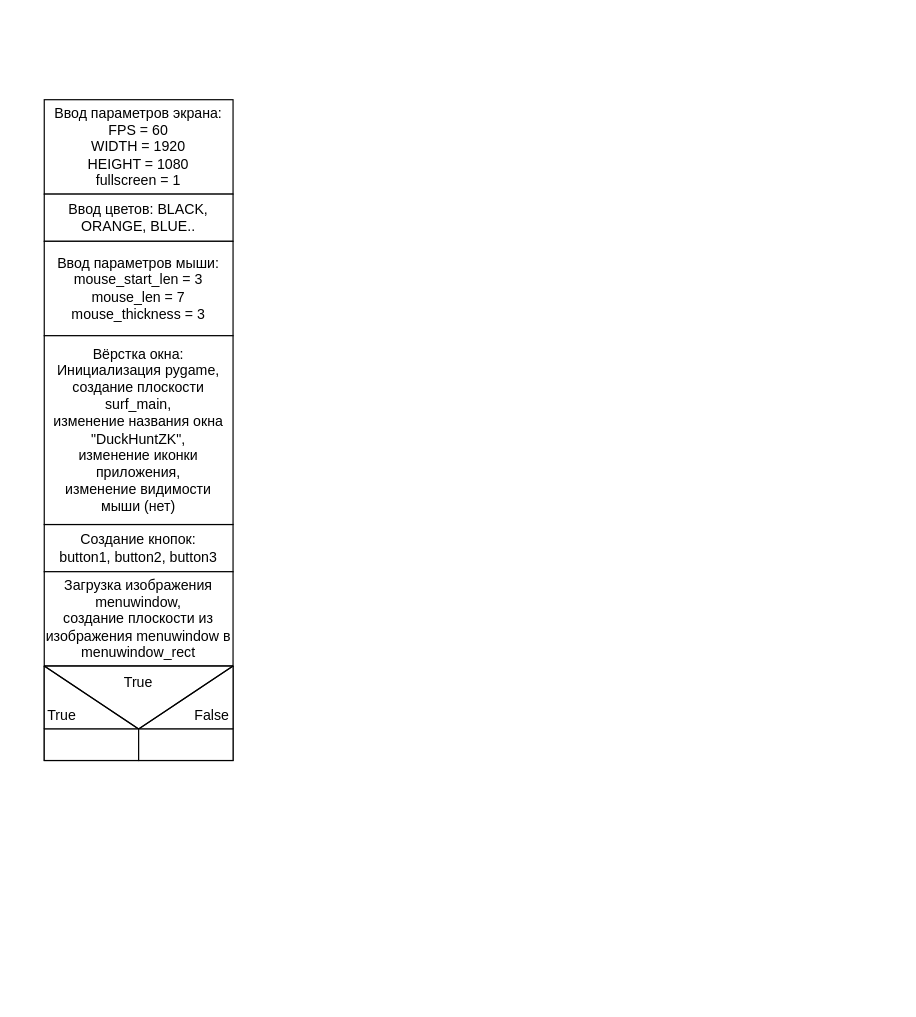
This is duckhunt.drawio from PrettyPlayer/DuckHuntZK, a draw.io file, before an edit. Source tidied: cells renumbered, new cells numbered last; positions are measured from the earlier drawing's top-left corner, leaving out a move shared by most shapes. Both pictures are drawn from the tidied source at 118%, with x=0, y=0 at pixel (20, 76).
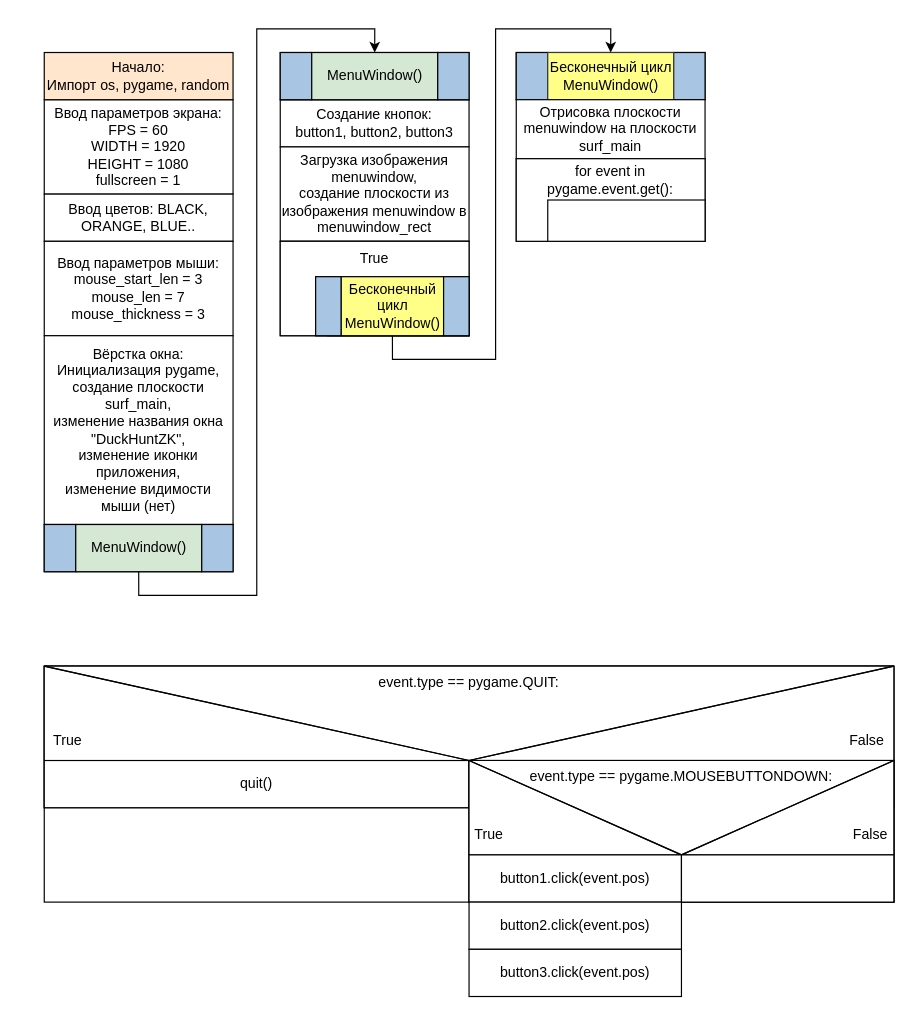
After the change.

Diff of the diagram source:
```diff
@@
     <mxCell id="2" style="group;" parent="1" vertex="1">
-      <mxGeometry width="120" height="40" as="geometry" />
+      <mxGeometry y="-40" width="120" height="40" as="geometry" />
     </mxCell>
@@
+    <mxCell id="8" value="Вёрстка окна:&lt;br&gt;Инициализация pygame,&lt;br&gt;создание плоскости surf_main,&lt;br&gt;изменение названия окна &quot;DuckHuntZK&quot;,&lt;br&gt;изменение иконки приложения,&lt;br&gt;изменение видимости мыши (нет)" style="rounded=0;whiteSpace=wrap;html=1;" parent="1" vertex="1">
+      <mxGeometry x="20" y="220" width="160" height="160" as="geometry" />
+    </mxCell>
+    <mxCell id="32" value="Начало:&lt;br&gt;Импорт os, pygame, random" style="rounded=0;whiteSpace=wrap;html=1;fillColor=#ffe6cc;strokeColor=#000000;" parent="1" vertex="1">
+      <mxGeometry x="20" y="-20" width="160" height="40" as="geometry" />
+    </mxCell>
+    <mxCell id="33" style="group;strokeColor=#000000;fillColor=#FFFFFF;" parent="1" vertex="1">
+      <mxGeometry x="20" y="380" width="160" height="40" as="geometry" />
+    </mxCell>
+    <mxCell id="34" style="group;" parent="33" vertex="1">
+      <mxGeometry width="160" height="40" as="geometry" />
+    </mxCell>
+    <mxCell id="35" style="group;" parent="34" vertex="1">
+      <mxGeometry width="160" height="40" as="geometry" />
+    </mxCell>
+    <mxCell id="36" style="rounded=0;whiteSpace=wrap;html=1;fillColor=#A8C6E3;strokeColor=#000000;fontColor=#ffffff;" parent="35" vertex="1">
+      <mxGeometry x="133.3" width="26.7" height="40" as="geometry" />
+    </mxCell>
+    <mxCell id="37" style="rounded=0;whiteSpace=wrap;html=1;fillColor=#A8C6E3;strokeColor=#000000;fontColor=#ffffff;" parent="35" vertex="1">
+      <mxGeometry width="26.7" height="40" as="geometry" />
+    </mxCell>
+    <mxCell id="38" value="MenuWindow()" style="rounded=0;whiteSpace=wrap;html=1;fillColor=#d5e8d4;strokeColor=#000000;" parent="35" vertex="1">
+      <mxGeometry x="26.7" width="106.7" height="40" as="geometry" />
+    </mxCell>
+    <mxCell id="39" style="edgeStyle=orthogonalEdgeStyle;rounded=0;jettySize=auto;html=1;exitX=0.5;exitY=1;exitDx=0;exitDy=0;entryX=0.5;entryY=0;entryDx=0;entryDy=0;" parent="1" edge="1" source="38" target="45">
+      <mxGeometry relative="1" as="geometry" />
+    </mxCell>
     <mxCell id="6" value="Создание кнопок:&lt;br&gt;button1, button2, button3" style="rounded=0;whiteSpace=wrap;html=1;" parent="1" vertex="1">
-      <mxGeometry x="20" y="380" width="160" height="40" as="geometry" />
+      <mxGeometry x="220" y="20" width="160" height="40" as="geometry" />
     </mxCell>
     <mxCell id="7" value="Загрузка изображения menuwindow,&lt;br&gt;создание плоскости из изображения menuwindow в menuwindow_rect" style="rounded=0;whiteSpace=wrap;html=1;" parent="1" vertex="1">
-      <mxGeometry x="20" y="420" width="160" height="80" as="geometry" />
+      <mxGeometry x="220" y="60" width="160" height="80" as="geometry" />
     </mxCell>
-    <mxCell id="8" value="Вёрстка окна:&lt;br&gt;Инициализация pygame,&lt;br&gt;создание плоскости surf_main,&lt;br&gt;изменение названия окна &quot;DuckHuntZK&quot;,&lt;br&gt;изменение иконки приложения,&lt;br&gt;изменение видимости мыши (нет)" style="rounded=0;whiteSpace=wrap;html=1;" parent="1" vertex="1">
-      <mxGeometry x="20" y="220" width="160" height="160" as="geometry" />
-    </mxCell>
-    <mxCell id="9" style="group;" parent="1" vertex="1">
-      <mxGeometry x="20" y="500" width="160" height="80" as="geometry" />
-    </mxCell>
-    <mxCell id="10" style="group;fillColor=none;" parent="9" vertex="1">
-      <mxGeometry width="160" height="80" as="geometry" />
-    </mxCell>
-    <mxCell id="11" style="rounded=0;whiteSpace=wrap;html=1;fillColor=none;" parent="10" vertex="1">
-      <mxGeometry width="160" height="80" as="geometry" />
-    </mxCell>
-    <mxCell id="12" style="group;fillColor=none;" parent="10" vertex="1">
-      <mxGeometry width="160" height="80" as="geometry" />
-    </mxCell>
-    <mxCell id="13" style="group;" parent="12" vertex="1">
-      <mxGeometry width="160" height="80" as="geometry" />
-    </mxCell>
-    <mxCell id="14" style="group;" parent="13" vertex="1">
-      <mxGeometry width="160" height="53.3" as="geometry" />
-    </mxCell>
-    <mxCell id="15" value="True" style="group;fillColor=#ffffff;" parent="14" vertex="1">
-      <mxGeometry width="160" height="53.3" as="geometry" />
-    </mxCell>
-    <mxCell id="16" style="edgeStyle=orthogonalEdgeStyle;rounded=0;orthogonalLoop=1;jettySize=auto;html=1;exitX=0.5;exitY=1;exitDx=0;exitDy=0;" parent="15" edge="1">
-      <mxGeometry relative="1" as="geometry">
-        <mxPoint x="80" y="53.3" as="sourcePoint" />
-        <mxPoint x="80" y="53.3" as="targetPoint" />
-      </mxGeometry>
-    </mxCell>
-    <mxCell id="17" style="endArrow=none;html=1;" parent="15" edge="1">
-      <mxGeometry relative="1" as="geometry">
-        <mxPoint as="sourcePoint" />
-        <mxPoint x="80" y="53.3" as="targetPoint" />
-      </mxGeometry>
-    </mxCell>
-    <mxCell id="18" style="endArrow=none;html=1;" parent="15" edge="1">
-      <mxGeometry relative="1" as="geometry">
-        <mxPoint x="80" y="53.3" as="sourcePoint" />
-        <mxPoint x="160" as="targetPoint" />
-      </mxGeometry>
-    </mxCell>
-    <mxCell id="19" style="endArrow=none;html=1;" parent="15" edge="1">
-      <mxGeometry relative="1" as="geometry">
-        <mxPoint as="sourcePoint" />
-        <mxPoint x="160" as="targetPoint" />
-      </mxGeometry>
-    </mxCell>
-    <mxCell id="20" style="group;" parent="15" vertex="1">
-      <mxGeometry x="80" width="80" height="53.3" as="geometry" />
-    </mxCell>
-    <mxCell id="21" style="endArrow=none;html=1;" parent="20" edge="1">
-      <mxGeometry relative="1" as="geometry">
-        <mxPoint y="53.3" as="sourcePoint" />
-        <mxPoint x="80" as="targetPoint" />
-      </mxGeometry>
-    </mxCell>
-    <mxCell id="22" style="endArrow=none;html=1;" parent="20" edge="1">
-      <mxGeometry relative="1" as="geometry">
-        <mxPoint x="80" y="53.3" as="sourcePoint" />
-        <mxPoint x="80" as="targetPoint" />
-      </mxGeometry>
-    </mxCell>
-    <mxCell id="23" style="endArrow=none;html=1;" parent="20" edge="1">
-      <mxGeometry relative="1" as="geometry">
-        <mxPoint y="53.3" as="sourcePoint" />
-        <mxPoint x="80" y="53.3" as="targetPoint" />
-      </mxGeometry>
-    </mxCell>
-    <mxCell id="24" style="group;" parent="15" vertex="1">
-      <mxGeometry width="80" height="53.3" as="geometry" />
-    </mxCell>
-    <mxCell id="25" style="endArrow=none;html=1;" parent="24" edge="1">
-      <mxGeometry relative="1" as="geometry">
-        <mxPoint y="53.3" as="sourcePoint" />
-        <mxPoint as="targetPoint" />
-      </mxGeometry>
-    </mxCell>
-    <mxCell id="26" style="endArrow=none;html=1;" parent="24" edge="1">
-      <mxGeometry relative="1" as="geometry">
-        <mxPoint as="sourcePoint" />
-        <mxPoint x="80" y="53.3" as="targetPoint" />
-      </mxGeometry>
-    </mxCell>
-    <mxCell id="27" style="endArrow=none;html=1;" parent="24" edge="1">
-      <mxGeometry relative="1" as="geometry">
-        <mxPoint y="53.3" as="sourcePoint" />
-        <mxPoint x="80" y="53.3" as="targetPoint" />
-      </mxGeometry>
-    </mxCell>
-    <mxCell id="28" value="True" style="rounded=0;whiteSpace=wrap;html=1;fillColor=#ffffff;strokeColor=none;align=left;" parent="15" vertex="1">
-      <mxGeometry x="1.3" y="37.3" width="52" height="9.3" as="geometry" />
-    </mxCell>
-    <mxCell id="29" value="False" style="rounded=0;whiteSpace=wrap;html=1;fillColor=#ffffff;strokeColor=none;align=right;" parent="15" vertex="1">
-      <mxGeometry x="106.7" y="37.3" width="52" height="9.3" as="geometry" />
-    </mxCell>
-    <mxCell id="30" style="rounded=0;whiteSpace=wrap;html=1;fillColor=#ffffff;" parent="13" vertex="1">
-      <mxGeometry y="53.3" width="80" height="26.7" as="geometry" />
-    </mxCell>
-    <mxCell id="31" style="rounded=0;whiteSpace=wrap;html=1;fillColor=#ffffff;" parent="13" vertex="1">
-      <mxGeometry x="80" y="53.3" width="80" height="26.7" as="geometry" />
-    </mxCell>
+    <mxCell id="40" style="group;strokeColor=#000000;fillColor=#FFFFFF;" parent="1" vertex="1">
+      <mxGeometry x="220" y="-20" width="160" height="40" as="geometry" />
+    </mxCell>
+    <mxCell id="41" style="group;" parent="40" vertex="1">
+      <mxGeometry width="160" height="40" as="geometry" />
+    </mxCell>
+    <mxCell id="42" style="group;" parent="41" vertex="1">
+      <mxGeometry width="160" height="40" as="geometry" />
+    </mxCell>
+    <mxCell id="43" style="rounded=0;whiteSpace=wrap;html=1;fillColor=#A8C6E3;strokeColor=#000000;fontColor=#ffffff;" parent="42" vertex="1">
+      <mxGeometry x="133.3" width="26.7" height="40" as="geometry" />
+    </mxCell>
+    <mxCell id="44" style="rounded=0;whiteSpace=wrap;html=1;fillColor=#A8C6E3;strokeColor=#000000;fontColor=#ffffff;" parent="42" vertex="1">
+      <mxGeometry width="26.7" height="40" as="geometry" />
+    </mxCell>
+    <mxCell id="45" value="MenuWindow()" style="rounded=0;whiteSpace=wrap;html=1;fillColor=#d5e8d4;strokeColor=#000000;" parent="42" vertex="1">
+      <mxGeometry x="26.7" width="106.7" height="40" as="geometry" />
+    </mxCell>
+    <mxCell id="46" style="group;strokeColor=#000000;fillColor=#FFFFFF;" parent="1" vertex="1">
+      <mxGeometry x="220" y="140" width="160" height="80" as="geometry" />
+    </mxCell>
+    <mxCell id="47" style="rounded=0;whiteSpace=wrap;html=1;" parent="46" vertex="1">
+      <mxGeometry width="160" height="80" as="geometry" />
+    </mxCell>
+    <mxCell id="48" value="True" style="rounded=0;whiteSpace=wrap;html=1;fillColor=none;strokeColor=none;" parent="46" vertex="1">
+      <mxGeometry width="160" height="30" as="geometry" />
+    </mxCell>
+    <mxCell id="49" style="rounded=0;whiteSpace=wrap;html=1;" parent="46" vertex="1">
+      <mxGeometry x="40" y="40" width="120" height="40" as="geometry" />
+    </mxCell>
+    <mxCell id="50" style="group;strokeColor=#000000;fillColor=#FFFFFF;" parent="46" vertex="1">
+      <mxGeometry x="30" y="30" width="130" height="50" as="geometry" />
+    </mxCell>
+    <mxCell id="51" style="group;" parent="50" vertex="1">
+      <mxGeometry width="130" height="50" as="geometry" />
+    </mxCell>
+    <mxCell id="52" style="group;" parent="51" vertex="1">
+      <mxGeometry width="130" height="50" as="geometry" />
+    </mxCell>
+    <mxCell id="53" style="rounded=0;whiteSpace=wrap;html=1;fillColor=#A8C6E3;strokeColor=#000000;fontColor=#ffffff;" parent="52" vertex="1">
+      <mxGeometry x="108.3" width="21.7" height="50" as="geometry" />
+    </mxCell>
+    <mxCell id="54" style="rounded=0;whiteSpace=wrap;html=1;fillColor=#A8C6E3;strokeColor=#000000;fontColor=#ffffff;" parent="52" vertex="1">
+      <mxGeometry width="21.7" height="50" as="geometry" />
+    </mxCell>
+    <mxCell id="55" value="Бесконечный цикл MenuWindow()" style="rounded=0;whiteSpace=wrap;html=1;fillColor=#ffff88;strokeColor=#000000;" parent="52" vertex="1">
+      <mxGeometry x="21.7" width="86.7" height="50" as="geometry" />
+    </mxCell>
+    <mxCell id="56" style="group;strokeColor=#000000;fillColor=#FFFFFF;" parent="1" vertex="1">
+      <mxGeometry x="420" y="-20" width="160" height="40" as="geometry" />
+    </mxCell>
+    <mxCell id="57" style="group;" parent="56" vertex="1">
+      <mxGeometry width="160" height="40" as="geometry" />
+    </mxCell>
+    <mxCell id="58" style="group;" parent="57" vertex="1">
+      <mxGeometry width="160" height="40" as="geometry" />
+    </mxCell>
+    <mxCell id="59" style="rounded=0;whiteSpace=wrap;html=1;fillColor=#A8C6E3;strokeColor=#000000;fontColor=#ffffff;" parent="58" vertex="1">
+      <mxGeometry x="133.3" width="26.7" height="40" as="geometry" />
+    </mxCell>
+    <mxCell id="60" style="rounded=0;whiteSpace=wrap;html=1;fillColor=#A8C6E3;strokeColor=#000000;fontColor=#ffffff;" parent="58" vertex="1">
+      <mxGeometry width="26.7" height="40" as="geometry" />
+    </mxCell>
+    <mxCell id="61" value="&lt;span style=&quot;white-space: normal&quot;&gt;Бесконечный цикл MenuWindow()&lt;/span&gt;" style="rounded=0;whiteSpace=wrap;html=1;fillColor=#ffff88;strokeColor=#36393d;" parent="58" vertex="1">
+      <mxGeometry x="26.7" width="106.7" height="40" as="geometry" />
+    </mxCell>
+    <mxCell id="62" style="edgeStyle=orthogonalEdgeStyle;rounded=0;jettySize=auto;html=1;entryX=0.5;entryY=0;entryDx=0;entryDy=0;exitX=0.5;exitY=1;exitDx=0;exitDy=0;" parent="1" edge="1" source="55" target="61">
+      <mxGeometry relative="1" as="geometry" />
+    </mxCell>
+    <mxCell id="63" value="Отрисовка плоскости menuwindow на плоскости surf_main" style="rounded=0;whiteSpace=wrap;html=1;strokeColor=#000000;fillColor=#FFFFFF;" parent="1" vertex="1">
+      <mxGeometry x="420" y="20" width="160" height="50" as="geometry" />
+    </mxCell>
+    <mxCell id="64" style="group;strokeColor=#000000;fillColor=#FFFFFF;" parent="1" vertex="1">
+      <mxGeometry x="420" y="70" width="160" height="70" as="geometry" />
+    </mxCell>
+    <mxCell id="65" style="rounded=0;whiteSpace=wrap;html=1;" parent="64" vertex="1">
+      <mxGeometry width="160" height="70" as="geometry" />
+    </mxCell>
+    <mxCell id="66" value="for event in pygame.event.get():" style="rounded=0;whiteSpace=wrap;html=1;fillColor=none;strokeColor=none;" parent="64" vertex="1">
+      <mxGeometry width="160" height="35" as="geometry" />
+    </mxCell>
+    <mxCell id="67" style="rounded=0;whiteSpace=wrap;html=1;" parent="64" vertex="1">
+      <mxGeometry x="26.7" y="35" width="133.3" height="35" as="geometry" />
+    </mxCell>
+    <mxCell id="68" style="group;" parent="1" vertex="1">
+      <mxGeometry x="20" y="500" width="720" height="200" as="geometry" />
+    </mxCell>
+    <mxCell id="69" style="group;" parent="68" vertex="1">
+      <mxGeometry width="720" height="200" as="geometry" />
+    </mxCell>
+    <mxCell id="70" style="group;strokeColor=#000000;fillColor=#FFFFFF;" parent="69" vertex="1">
+      <mxGeometry width="720" height="200" as="geometry" />
+    </mxCell>
+    <mxCell id="71" style="group;fillColor=none;" parent="70" vertex="1">
+      <mxGeometry width="720" height="200" as="geometry" />
+    </mxCell>
+    <mxCell id="72" style="rounded=0;whiteSpace=wrap;html=1;fillColor=none;" parent="71" vertex="1">
+      <mxGeometry width="720" height="120" as="geometry" />
+    </mxCell>
+    <mxCell id="73" style="group;fillColor=none;" parent="71" vertex="1">
+      <mxGeometry width="720" height="120" as="geometry" />
+    </mxCell>
+    <mxCell id="74" style="group;" parent="73" vertex="1">
+      <mxGeometry width="720" height="120" as="geometry" />
+    </mxCell>
+    <mxCell id="75" style="group;" parent="74" vertex="1">
+      <mxGeometry width="720" height="80" as="geometry" />
+    </mxCell>
+    <mxCell id="76" value="event.type == pygame.QUIT:" style="group;fillColor=#ffffff;" parent="75" vertex="1">
+      <mxGeometry width="720" height="80" as="geometry" />
+    </mxCell>
+    <mxCell id="77" style="edgeStyle=orthogonalEdgeStyle;rounded=0;orthogonalLoop=1;jettySize=auto;html=1;exitX=0.5;exitY=1;exitDx=0;exitDy=0;" parent="76" edge="1">
+      <mxGeometry relative="1" as="geometry">
+        <mxPoint x="360" y="80" as="sourcePoint" />
+        <mxPoint x="360" y="80" as="targetPoint" />
+      </mxGeometry>
+    </mxCell>
+    <mxCell id="78" style="endArrow=none;html=1;" parent="76" edge="1">
+      <mxGeometry relative="1" as="geometry">
+        <mxPoint as="sourcePoint" />
+        <mxPoint x="360" y="80" as="targetPoint" />
+      </mxGeometry>
+    </mxCell>
+    <mxCell id="79" style="endArrow=none;html=1;" parent="76" edge="1">
+      <mxGeometry relative="1" as="geometry">
+        <mxPoint x="360" y="80" as="sourcePoint" />
+        <mxPoint x="720" as="targetPoint" />
+      </mxGeometry>
+    </mxCell>
+    <mxCell id="80" style="endArrow=none;html=1;" parent="76" edge="1">
+      <mxGeometry relative="1" as="geometry">
+        <mxPoint as="sourcePoint" />
+        <mxPoint x="720" as="targetPoint" />
+      </mxGeometry>
+    </mxCell>
+    <mxCell id="81" style="group;" parent="76" vertex="1">
+      <mxGeometry x="360" width="360" height="80" as="geometry" />
+    </mxCell>
+    <mxCell id="82" style="endArrow=none;html=1;" parent="81" edge="1">
+      <mxGeometry relative="1" as="geometry">
+        <mxPoint y="80" as="sourcePoint" />
+        <mxPoint x="360" as="targetPoint" />
+      </mxGeometry>
+    </mxCell>
+    <mxCell id="83" style="endArrow=none;html=1;" parent="81" edge="1">
+      <mxGeometry relative="1" as="geometry">
+        <mxPoint x="360" y="80" as="sourcePoint" />
+        <mxPoint x="360" as="targetPoint" />
+      </mxGeometry>
+    </mxCell>
+    <mxCell id="84" style="endArrow=none;html=1;" parent="81" edge="1">
+      <mxGeometry relative="1" as="geometry">
+        <mxPoint y="80" as="sourcePoint" />
+        <mxPoint x="360" y="80" as="targetPoint" />
+      </mxGeometry>
+    </mxCell>
+    <mxCell id="85" style="group;" parent="76" vertex="1">
+      <mxGeometry width="360" height="80" as="geometry" />
+    </mxCell>
+    <mxCell id="86" style="endArrow=none;html=1;" parent="85" edge="1">
+      <mxGeometry relative="1" as="geometry">
+        <mxPoint y="80" as="sourcePoint" />
+        <mxPoint as="targetPoint" />
+      </mxGeometry>
+    </mxCell>
+    <mxCell id="87" style="endArrow=none;html=1;" parent="85" edge="1">
+      <mxGeometry relative="1" as="geometry">
+        <mxPoint as="sourcePoint" />
+        <mxPoint x="360" y="80" as="targetPoint" />
+      </mxGeometry>
+    </mxCell>
+    <mxCell id="88" style="endArrow=none;html=1;" parent="85" edge="1">
+      <mxGeometry relative="1" as="geometry">
+        <mxPoint y="80" as="sourcePoint" />
+        <mxPoint x="360" y="80" as="targetPoint" />
+      </mxGeometry>
+    </mxCell>
+    <mxCell id="89" value="True" style="rounded=0;whiteSpace=wrap;html=1;fillColor=#ffffff;strokeColor=none;align=left;" parent="76" vertex="1">
+      <mxGeometry x="6" y="56" width="234" height="14" as="geometry" />
+    </mxCell>
+    <mxCell id="90" value="False" style="rounded=0;whiteSpace=wrap;html=1;fillColor=#ffffff;strokeColor=none;align=right;" parent="76" vertex="1">
+      <mxGeometry x="480" y="56" width="234" height="14" as="geometry" />
+    </mxCell>
+    <mxCell id="91" value="quit()" style="rounded=0;whiteSpace=wrap;html=1;fillColor=#ffffff;" parent="74" vertex="1">
+      <mxGeometry y="80" width="360" height="40" as="geometry" />
+    </mxCell>
+    <mxCell id="92" style="group;strokeColor=#000000;fillColor=#FFFFFF;" parent="71" vertex="1">
+      <mxGeometry x="360" y="80" width="360" height="120" as="geometry" />
+    </mxCell>
+    <mxCell id="93" style="group;fillColor=none;" parent="92" vertex="1">
+      <mxGeometry width="360" height="120" as="geometry" />
+    </mxCell>
+    <mxCell id="94" style="rounded=0;whiteSpace=wrap;html=1;fillColor=none;" parent="93" vertex="1">
+      <mxGeometry width="360" height="120" as="geometry" />
+    </mxCell>
+    <mxCell id="95" style="group;fillColor=none;" parent="93" vertex="1">
+      <mxGeometry width="360" height="120" as="geometry" />
+    </mxCell>
+    <mxCell id="96" style="group;" parent="95" vertex="1">
+      <mxGeometry width="360" height="120" as="geometry" />
+    </mxCell>
+    <mxCell id="97" style="group;" parent="96" vertex="1">
+      <mxGeometry width="360" height="80" as="geometry" />
+    </mxCell>
+    <mxCell id="98" value="event.type == pygame.MOUSEBUTTONDOWN:" style="group;fillColor=#ffffff;" parent="97" vertex="1">
+      <mxGeometry width="360" height="80" as="geometry" />
+    </mxCell>
+    <mxCell id="99" style="edgeStyle=orthogonalEdgeStyle;rounded=0;orthogonalLoop=1;jettySize=auto;html=1;exitX=0.5;exitY=1;exitDx=0;exitDy=0;" parent="98" edge="1">
+      <mxGeometry relative="1" as="geometry">
+        <mxPoint x="180" y="80" as="sourcePoint" />
+        <mxPoint x="180" y="80" as="targetPoint" />
+      </mxGeometry>
+    </mxCell>
+    <mxCell id="100" style="endArrow=none;html=1;" parent="98" edge="1">
+      <mxGeometry relative="1" as="geometry">
+        <mxPoint as="sourcePoint" />
+        <mxPoint x="180" y="80" as="targetPoint" />
+      </mxGeometry>
+    </mxCell>
+    <mxCell id="101" style="endArrow=none;html=1;" parent="98" edge="1">
+      <mxGeometry relative="1" as="geometry">
+        <mxPoint x="180" y="80" as="sourcePoint" />
+        <mxPoint x="360" as="targetPoint" />
+      </mxGeometry>
+    </mxCell>
+    <mxCell id="102" style="endArrow=none;html=1;" parent="98" edge="1">
+      <mxGeometry relative="1" as="geometry">
+        <mxPoint as="sourcePoint" />
+        <mxPoint x="360" as="targetPoint" />
+      </mxGeometry>
+    </mxCell>
+    <mxCell id="103" style="group;" parent="98" vertex="1">
+      <mxGeometry x="180" width="180" height="80" as="geometry" />
+    </mxCell>
+    <mxCell id="104" style="endArrow=none;html=1;" parent="103" edge="1">
+      <mxGeometry relative="1" as="geometry">
+        <mxPoint y="80" as="sourcePoint" />
+        <mxPoint x="180" as="targetPoint" />
+      </mxGeometry>
+    </mxCell>
+    <mxCell id="105" style="endArrow=none;html=1;" parent="103" edge="1">
+      <mxGeometry relative="1" as="geometry">
+        <mxPoint x="180" y="80" as="sourcePoint" />
+        <mxPoint x="180" as="targetPoint" />
+      </mxGeometry>
+    </mxCell>
+    <mxCell id="106" style="endArrow=none;html=1;" parent="103" edge="1">
+      <mxGeometry relative="1" as="geometry">
+        <mxPoint y="80" as="sourcePoint" />
+        <mxPoint x="180" y="80" as="targetPoint" />
+      </mxGeometry>
+    </mxCell>
+    <mxCell id="107" style="group;" parent="98" vertex="1">
+      <mxGeometry width="180" height="80" as="geometry" />
+    </mxCell>
+    <mxCell id="108" style="endArrow=none;html=1;" parent="107" edge="1">
+      <mxGeometry relative="1" as="geometry">
+        <mxPoint y="80" as="sourcePoint" />
+        <mxPoint as="targetPoint" />
+      </mxGeometry>
+    </mxCell>
+    <mxCell id="109" style="endArrow=none;html=1;" parent="107" edge="1">
+      <mxGeometry relative="1" as="geometry">
+        <mxPoint as="sourcePoint" />
+        <mxPoint x="180" y="80" as="targetPoint" />
+      </mxGeometry>
+    </mxCell>
+    <mxCell id="110" style="endArrow=none;html=1;" parent="107" edge="1">
+      <mxGeometry relative="1" as="geometry">
+        <mxPoint y="80" as="sourcePoint" />
+        <mxPoint x="180" y="80" as="targetPoint" />
+      </mxGeometry>
+    </mxCell>
+    <mxCell id="111" value="True" style="rounded=0;whiteSpace=wrap;html=1;fillColor=#ffffff;strokeColor=none;align=left;" parent="98" vertex="1">
+      <mxGeometry x="3" y="56" width="117" height="14" as="geometry" />
+    </mxCell>
+    <mxCell id="112" value="False" style="rounded=0;whiteSpace=wrap;html=1;fillColor=#ffffff;strokeColor=none;align=right;" parent="98" vertex="1">
+      <mxGeometry x="240" y="56" width="117" height="14" as="geometry" />
+    </mxCell>
+    <mxCell id="113" value="&lt;div&gt;button1.click(event.pos)&lt;/div&gt;" style="rounded=0;whiteSpace=wrap;html=1;fillColor=#ffffff;" parent="96" vertex="1">
+      <mxGeometry y="80" width="180" height="40" as="geometry" />
+    </mxCell>
+    <mxCell id="114" style="rounded=0;whiteSpace=wrap;html=1;fillColor=#ffffff;" parent="96" vertex="1">
+      <mxGeometry x="180" y="80" width="180" height="40" as="geometry" />
+    </mxCell>
+    <mxCell id="115" value="&lt;div style=&quot;white-space: normal&quot;&gt;&lt;span&gt;button2.click(event.pos)&lt;/span&gt;&lt;/div&gt;" style="rounded=0;whiteSpace=wrap;html=1;strokeColor=#000000;fillColor=#FFFFFF;" parent="1" vertex="1">
+      <mxGeometry x="380" y="700" width="180" height="40" as="geometry" />
+    </mxCell>
+    <mxCell id="116" value="&lt;div style=&quot;white-space: normal&quot;&gt;&lt;span&gt;button3.click(event.pos)&lt;/span&gt;&lt;br&gt;&lt;/div&gt;" style="rounded=0;whiteSpace=wrap;html=1;strokeColor=#000000;fillColor=#FFFFFF;" parent="1" vertex="1">
+      <mxGeometry x="380" y="740" width="180" height="40" as="geometry" />
+    </mxCell>
```
